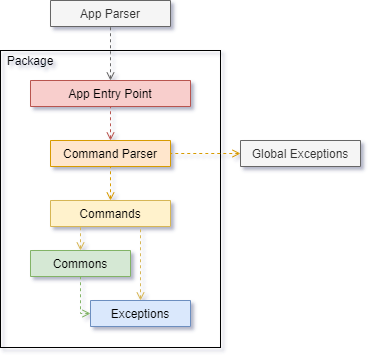
vanessa-kang/tp keeps this draw.io diagram as docs/images/DeveloperGuide/Project_structure.png. Above is the earlier version. Source tidied: cells renumbered, new cells last; positions are measured from the earlier drawing's top-left corner, leaving out a move shared by most shapes. The source it was exported from:
```xml
<mxGraphModel>
  <root>
    <mxCell id="0" />
    <mxCell id="1" parent="0" />
    <mxCell id="2" style="rounded=0;whiteSpace=wrap;html=1;fillColor=none;" parent="1" vertex="1">
      <mxGeometry y="50" width="220" height="297" as="geometry" />
    </mxCell>
    <mxCell id="3" style="endArrow=none;endSize=10;endFill=0;shadow=0;strokeWidth=1;rounded=0;edgeStyle=elbowEdgeStyle;elbow=vertical;startArrow=open;startFill=0;dashed=1;fillColor=#f8cecc;strokeColor=#b85450;" parent="1" edge="1" source="5" target="10">
      <mxGeometry relative="1" as="geometry" />
    </mxCell>
    <mxCell id="4" style="endArrow=none;endSize=10;endFill=0;shadow=0;strokeWidth=1;rounded=0;edgeStyle=elbowEdgeStyle;elbow=vertical;startArrow=open;startFill=0;entryX=0.5;entryY=1;entryDx=0;entryDy=0;exitX=0.5;exitY=0;exitDx=0;exitDy=0;dashed=1;fillColor=#ffe6cc;strokeColor=#d79b00;" parent="1" edge="1" source="9" target="5">
      <mxGeometry relative="1" as="geometry" />
    </mxCell>
    <mxCell id="5" value="Command Parser" style="swimlane;fontStyle=0;align=center;verticalAlign=top;horizontal=1;startSize=26;rounded=0;shadow=0;strokeWidth=1;fillColor=#ffe6cc;strokeColor=#d79b00;swimlaneFillColor=none;" parent="1" vertex="1" collapsed="1">
      <mxGeometry x="50" y="140" width="120" height="26" as="geometry" />
    </mxCell>
    <mxCell id="6" style="endArrow=none;endSize=10;endFill=0;shadow=0;strokeWidth=1;rounded=0;edgeStyle=elbowEdgeStyle;elbow=vertical;startArrow=open;startFill=0;exitX=0.5;exitY=0;exitDx=0;exitDy=0;dashed=1;entryX=0.25;entryY=1;entryDx=0;entryDy=0;fillColor=#fff2cc;strokeColor=#d6b656;" parent="1" edge="1" source="12" target="9">
      <mxGeometry relative="1" as="geometry" />
    </mxCell>
    <mxCell id="7" style="endArrow=none;endSize=10;endFill=0;shadow=0;strokeWidth=1;rounded=0;edgeStyle=elbowEdgeStyle;elbow=vertical;startArrow=open;startFill=0;exitX=0;exitY=0.5;exitDx=0;exitDy=0;dashed=1;entryX=1;entryY=0.5;entryDx=0;entryDy=0;fillColor=#ffe6cc;strokeColor=#d79b00;" parent="1" edge="1" source="14" target="5">
      <mxGeometry relative="1" as="geometry" />
    </mxCell>
    <mxCell id="8" style="endArrow=none;endSize=10;endFill=0;shadow=0;strokeWidth=1;rounded=0;edgeStyle=elbowEdgeStyle;elbow=vertical;startArrow=open;startFill=0;exitX=0.5;exitY=0;exitDx=0;exitDy=0;dashed=1;entryX=0.75;entryY=1;entryDx=0;entryDy=0;fillColor=#fff2cc;strokeColor=#d6b656;" parent="1" edge="1" source="13" target="9">
      <mxGeometry relative="1" as="geometry" />
    </mxCell>
    <mxCell id="9" value="Commands" style="swimlane;fontStyle=0;align=center;verticalAlign=top;horizontal=1;startSize=26;rounded=0;shadow=0;strokeWidth=1;fillColor=#fff2cc;strokeColor=#d6b656;" parent="1" vertex="1" collapsed="1">
      <mxGeometry x="50" y="200" width="120" height="26" as="geometry" />
    </mxCell>
    <mxCell id="10" value="App Entry Point" style="swimlane;fontStyle=0;align=center;verticalAlign=top;horizontal=1;startSize=26;rounded=0;shadow=0;strokeWidth=1;fillColor=#f8cecc;strokeColor=#b85450;swimlaneFillColor=#F8CECC;" parent="1" vertex="1" collapsed="1">
      <mxGeometry x="30" y="80" width="160" height="26" as="geometry" />
    </mxCell>
    <mxCell id="11" style="endArrow=none;endSize=10;endFill=0;shadow=0;strokeWidth=1;rounded=0;edgeStyle=elbowEdgeStyle;elbow=vertical;startArrow=open;startFill=0;exitX=0;exitY=0.5;exitDx=0;exitDy=0;dashed=1;entryX=0.5;entryY=1;entryDx=0;entryDy=0;fillColor=#d5e8d4;strokeColor=#82b366;" parent="1" edge="1" source="13" target="12">
      <mxGeometry relative="1" as="geometry">
        <Array as="points">
          <mxPoint x="80" y="313" />
          <mxPoint x="90" y="343" />
        </Array>
      </mxGeometry>
    </mxCell>
    <mxCell id="12" value="Commons" style="swimlane;fontStyle=0;align=center;verticalAlign=top;horizontal=1;startSize=26;rounded=0;shadow=0;strokeWidth=1;fillColor=#d5e8d4;strokeColor=#82b366;" parent="1" vertex="1" collapsed="1">
      <mxGeometry x="30" y="250" width="100" height="26" as="geometry" />
    </mxCell>
    <mxCell id="13" value="Exceptions" style="swimlane;fontStyle=0;align=center;verticalAlign=top;horizontal=1;startSize=26;rounded=0;shadow=0;strokeWidth=1;fillColor=#dae8fc;strokeColor=#6c8ebf;" parent="1" vertex="1" collapsed="1">
      <mxGeometry x="90" y="300" width="100" height="26" as="geometry" />
    </mxCell>
    <mxCell id="14" value="Global Exceptions" style="swimlane;fontStyle=0;align=center;verticalAlign=top;horizontal=1;startSize=26;rounded=0;shadow=0;strokeWidth=1;fillColor=#f5f5f5;strokeColor=#666666;fontColor=#333333;" parent="1" vertex="1" collapsed="1">
      <mxGeometry x="240" y="140" width="120" height="26" as="geometry" />
    </mxCell>
    <mxCell id="15" value="App Parser" style="swimlane;fontStyle=0;align=center;verticalAlign=top;horizontal=1;startSize=26;rounded=0;shadow=0;strokeWidth=1;fillColor=#f5f5f5;strokeColor=#666666;fontColor=#333333;" parent="1" vertex="1" collapsed="1">
      <mxGeometry x="50" width="120" height="26" as="geometry" />
    </mxCell>
    <mxCell id="16" style="endArrow=none;endSize=10;endFill=0;shadow=0;strokeWidth=1;rounded=0;edgeStyle=elbowEdgeStyle;elbow=vertical;startArrow=open;startFill=0;dashed=1;fillColor=#f5f5f5;strokeColor=#666666;exitX=0.5;exitY=0;exitDx=0;exitDy=0;entryX=0.5;entryY=1;entryDx=0;entryDy=0;" parent="1" edge="1" source="10" target="15">
      <mxGeometry relative="1" as="geometry" />
    </mxCell>
    <mxCell id="17" value="Package" style="text;html=1;strokeColor=none;fillColor=none;align=center;verticalAlign=middle;whiteSpace=wrap;rounded=0;" parent="1" vertex="1">
      <mxGeometry y="50" width="60" height="20" as="geometry" />
    </mxCell>
  </root>
</mxGraphModel>
```
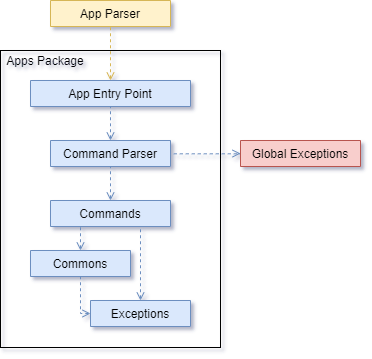
The same file after the commit.

What changed in the source:
```diff
@@ -1,35 +1,35 @@
 <mxGraphModel>
   <root>
-    <mxCell id="0" />
-    <mxCell id="1" parent="0" />
+    <mxCell id="18" />
+    <mxCell id="19" parent="18" />
-    <mxCell id="2" style="rounded=0;whiteSpace=wrap;html=1;fillColor=none;" parent="1" vertex="1">
+    <mxCell id="2" style="rounded=0;whiteSpace=wrap;html=1;fillColor=none;" parent="19" vertex="1">
       <mxGeometry y="50" width="220" height="297" as="geometry" />
     </mxCell>
-    <mxCell id="3" style="endArrow=none;endSize=10;endFill=0;shadow=0;strokeWidth=1;rounded=0;edgeStyle=elbowEdgeStyle;elbow=vertical;startArrow=open;startFill=0;dashed=1;fillColor=#f8cecc;strokeColor=#b85450;" parent="1" edge="1" source="5" target="10">
+    <mxCell id="3" style="endArrow=none;endSize=10;endFill=0;shadow=0;strokeWidth=1;rounded=0;edgeStyle=elbowEdgeStyle;elbow=vertical;startArrow=open;startFill=0;dashed=1;fillColor=#dae8fc;strokeColor=#6c8ebf;" parent="19" edge="1" source="5" target="10">
       <mxGeometry relative="1" as="geometry" />
     </mxCell>
-    <mxCell id="4" style="endArrow=none;endSize=10;endFill=0;shadow=0;strokeWidth=1;rounded=0;edgeStyle=elbowEdgeStyle;elbow=vertical;startArrow=open;startFill=0;entryX=0.5;entryY=1;entryDx=0;entryDy=0;exitX=0.5;exitY=0;exitDx=0;exitDy=0;dashed=1;fillColor=#ffe6cc;strokeColor=#d79b00;" parent="1" edge="1" source="9" target="5">
+    <mxCell id="4" style="endArrow=none;endSize=10;endFill=0;shadow=0;strokeWidth=1;rounded=0;edgeStyle=elbowEdgeStyle;elbow=vertical;startArrow=open;startFill=0;entryX=0.5;entryY=1;entryDx=0;entryDy=0;exitX=0.5;exitY=0;exitDx=0;exitDy=0;dashed=1;fillColor=#dae8fc;strokeColor=#6c8ebf;" parent="19" edge="1" source="9" target="5">
       <mxGeometry relative="1" as="geometry" />
     </mxCell>
-    <mxCell id="5" value="Command Parser" style="swimlane;fontStyle=0;align=center;verticalAlign=top;horizontal=1;startSize=26;rounded=0;shadow=0;strokeWidth=1;fillColor=#ffe6cc;strokeColor=#d79b00;swimlaneFillColor=none;" parent="1" vertex="1" collapsed="1">
+    <mxCell id="5" value="Command Parser" style="swimlane;fontStyle=0;align=center;verticalAlign=top;horizontal=1;startSize=26;rounded=0;shadow=0;strokeWidth=1;fillColor=#dae8fc;strokeColor=#6c8ebf;swimlaneFillColor=none;" parent="19" vertex="1" collapsed="1">
       <mxGeometry x="50" y="140" width="120" height="26" as="geometry" />
     </mxCell>
-    <mxCell id="6" style="endArrow=none;endSize=10;endFill=0;shadow=0;strokeWidth=1;rounded=0;edgeStyle=elbowEdgeStyle;elbow=vertical;startArrow=open;startFill=0;exitX=0.5;exitY=0;exitDx=0;exitDy=0;dashed=1;entryX=0.25;entryY=1;entryDx=0;entryDy=0;fillColor=#fff2cc;strokeColor=#d6b656;" parent="1" edge="1" source="12" target="9">
+    <mxCell id="6" style="endArrow=none;endSize=10;endFill=0;shadow=0;strokeWidth=1;rounded=0;edgeStyle=elbowEdgeStyle;elbow=vertical;startArrow=open;startFill=0;exitX=0.5;exitY=0;exitDx=0;exitDy=0;dashed=1;entryX=0.25;entryY=1;entryDx=0;entryDy=0;fillColor=#dae8fc;strokeColor=#6c8ebf;" parent="19" edge="1" source="12" target="9">
       <mxGeometry relative="1" as="geometry" />
     </mxCell>
-    <mxCell id="7" style="endArrow=none;endSize=10;endFill=0;shadow=0;strokeWidth=1;rounded=0;edgeStyle=elbowEdgeStyle;elbow=vertical;startArrow=open;startFill=0;exitX=0;exitY=0.5;exitDx=0;exitDy=0;dashed=1;entryX=1;entryY=0.5;entryDx=0;entryDy=0;fillColor=#ffe6cc;strokeColor=#d79b00;" parent="1" edge="1" source="14" target="5">
+    <mxCell id="7" style="endArrow=none;endSize=10;endFill=0;shadow=0;strokeWidth=1;rounded=0;edgeStyle=elbowEdgeStyle;elbow=vertical;startArrow=open;startFill=0;exitX=0;exitY=0.5;exitDx=0;exitDy=0;dashed=1;entryX=1;entryY=0.5;entryDx=0;entryDy=0;fillColor=#dae8fc;strokeColor=#6c8ebf;" parent="19" edge="1" source="14" target="5">
       <mxGeometry relative="1" as="geometry" />
     </mxCell>
-    <mxCell id="8" style="endArrow=none;endSize=10;endFill=0;shadow=0;strokeWidth=1;rounded=0;edgeStyle=elbowEdgeStyle;elbow=vertical;startArrow=open;startFill=0;exitX=0.5;exitY=0;exitDx=0;exitDy=0;dashed=1;entryX=0.75;entryY=1;entryDx=0;entryDy=0;fillColor=#fff2cc;strokeColor=#d6b656;" parent="1" edge="1" source="13" target="9">
+    <mxCell id="8" style="endArrow=none;endSize=10;endFill=0;shadow=0;strokeWidth=1;rounded=0;edgeStyle=elbowEdgeStyle;elbow=vertical;startArrow=open;startFill=0;exitX=0.5;exitY=0;exitDx=0;exitDy=0;dashed=1;entryX=0.75;entryY=1;entryDx=0;entryDy=0;fillColor=#dae8fc;strokeColor=#6c8ebf;" parent="19" edge="1" source="13" target="9">
       <mxGeometry relative="1" as="geometry" />
     </mxCell>
-    <mxCell id="9" value="Commands" style="swimlane;fontStyle=0;align=center;verticalAlign=top;horizontal=1;startSize=26;rounded=0;shadow=0;strokeWidth=1;fillColor=#fff2cc;strokeColor=#d6b656;" parent="1" vertex="1" collapsed="1">
+    <mxCell id="9" value="Commands" style="swimlane;fontStyle=0;align=center;verticalAlign=top;horizontal=1;startSize=26;rounded=0;shadow=0;strokeWidth=1;fillColor=#dae8fc;strokeColor=#6c8ebf;" parent="19" vertex="1" collapsed="1">
       <mxGeometry x="50" y="200" width="120" height="26" as="geometry" />
     </mxCell>
-    <mxCell id="10" value="App Entry Point" style="swimlane;fontStyle=0;align=center;verticalAlign=top;horizontal=1;startSize=26;rounded=0;shadow=0;strokeWidth=1;fillColor=#f8cecc;strokeColor=#b85450;swimlaneFillColor=#F8CECC;" parent="1" vertex="1" collapsed="1">
+    <mxCell id="10" value="App Entry Point" style="swimlane;fontStyle=0;align=center;verticalAlign=top;horizontal=1;startSize=26;rounded=0;shadow=0;strokeWidth=1;fillColor=#dae8fc;strokeColor=#6c8ebf;swimlaneFillColor=#F8CECC;" parent="19" vertex="1" collapsed="1">
       <mxGeometry x="30" y="80" width="160" height="26" as="geometry" />
     </mxCell>
-    <mxCell id="11" style="endArrow=none;endSize=10;endFill=0;shadow=0;strokeWidth=1;rounded=0;edgeStyle=elbowEdgeStyle;elbow=vertical;startArrow=open;startFill=0;exitX=0;exitY=0.5;exitDx=0;exitDy=0;dashed=1;entryX=0.5;entryY=1;entryDx=0;entryDy=0;fillColor=#d5e8d4;strokeColor=#82b366;" parent="1" edge="1" source="13" target="12">
+    <mxCell id="11" style="endArrow=none;endSize=10;endFill=0;shadow=0;strokeWidth=1;rounded=0;edgeStyle=elbowEdgeStyle;elbow=vertical;startArrow=open;startFill=0;exitX=0;exitY=0.5;exitDx=0;exitDy=0;dashed=1;entryX=0.5;entryY=1;entryDx=0;entryDy=0;fillColor=#dae8fc;strokeColor=#6c8ebf;" parent="19" edge="1" source="13" target="12">
       <mxGeometry relative="1" as="geometry">
         <Array as="points">
           <mxPoint x="80" y="313" />
@@ -37,23 +37,23 @@
         </Array>
       </mxGeometry>
     </mxCell>
-    <mxCell id="12" value="Commons" style="swimlane;fontStyle=0;align=center;verticalAlign=top;horizontal=1;startSize=26;rounded=0;shadow=0;strokeWidth=1;fillColor=#d5e8d4;strokeColor=#82b366;" parent="1" vertex="1" collapsed="1">
+    <mxCell id="12" value="Commons" style="swimlane;fontStyle=0;align=center;verticalAlign=top;horizontal=1;startSize=26;rounded=0;shadow=0;strokeWidth=1;fillColor=#dae8fc;strokeColor=#6c8ebf;" parent="19" vertex="1" collapsed="1">
       <mxGeometry x="30" y="250" width="100" height="26" as="geometry" />
     </mxCell>
-    <mxCell id="13" value="Exceptions" style="swimlane;fontStyle=0;align=center;verticalAlign=top;horizontal=1;startSize=26;rounded=0;shadow=0;strokeWidth=1;fillColor=#dae8fc;strokeColor=#6c8ebf;" parent="1" vertex="1" collapsed="1">
+    <mxCell id="13" value="Exceptions" style="swimlane;fontStyle=0;align=center;verticalAlign=top;horizontal=1;startSize=26;rounded=0;shadow=0;strokeWidth=1;fillColor=#dae8fc;strokeColor=#6c8ebf;" parent="19" vertex="1" collapsed="1">
       <mxGeometry x="90" y="300" width="100" height="26" as="geometry" />
     </mxCell>
-    <mxCell id="14" value="Global Exceptions" style="swimlane;fontStyle=0;align=center;verticalAlign=top;horizontal=1;startSize=26;rounded=0;shadow=0;strokeWidth=1;fillColor=#f5f5f5;strokeColor=#666666;fontColor=#333333;" parent="1" vertex="1" collapsed="1">
+    <mxCell id="14" value="Global Exceptions" style="swimlane;fontStyle=0;align=center;verticalAlign=top;horizontal=1;startSize=26;rounded=0;shadow=0;strokeWidth=1;fillColor=#f8cecc;strokeColor=#b85450;" parent="19" vertex="1" collapsed="1">
       <mxGeometry x="240" y="140" width="120" height="26" as="geometry" />
     </mxCell>
-    <mxCell id="15" value="App Parser" style="swimlane;fontStyle=0;align=center;verticalAlign=top;horizontal=1;startSize=26;rounded=0;shadow=0;strokeWidth=1;fillColor=#f5f5f5;strokeColor=#666666;fontColor=#333333;" parent="1" vertex="1" collapsed="1">
+    <mxCell id="15" value="App Parser" style="swimlane;fontStyle=0;align=center;verticalAlign=top;horizontal=1;startSize=26;rounded=0;shadow=0;strokeWidth=1;fillColor=#fff2cc;strokeColor=#d6b656;" parent="19" vertex="1" collapsed="1">
       <mxGeometry x="50" width="120" height="26" as="geometry" />
     </mxCell>
-    <mxCell id="16" style="endArrow=none;endSize=10;endFill=0;shadow=0;strokeWidth=1;rounded=0;edgeStyle=elbowEdgeStyle;elbow=vertical;startArrow=open;startFill=0;dashed=1;fillColor=#f5f5f5;strokeColor=#666666;exitX=0.5;exitY=0;exitDx=0;exitDy=0;entryX=0.5;entryY=1;entryDx=0;entryDy=0;" parent="1" edge="1" source="10" target="15">
+    <mxCell id="16" style="endArrow=none;endSize=10;endFill=0;shadow=0;strokeWidth=1;rounded=0;edgeStyle=elbowEdgeStyle;elbow=vertical;startArrow=open;startFill=0;dashed=1;fillColor=#fff2cc;strokeColor=#d6b656;exitX=0.5;exitY=0;exitDx=0;exitDy=0;entryX=0.5;entryY=1;entryDx=0;entryDy=0;" parent="19" edge="1" source="10" target="15">
       <mxGeometry relative="1" as="geometry" />
     </mxCell>
-    <mxCell id="17" value="Package" style="text;html=1;strokeColor=none;fillColor=none;align=center;verticalAlign=middle;whiteSpace=wrap;rounded=0;" parent="1" vertex="1">
-      <mxGeometry y="50" width="60" height="20" as="geometry" />
-    </mxCell>
+    <mxCell id="20" value="Apps Package" style="text;html=1;strokeColor=none;fillColor=none;align=center;verticalAlign=middle;whiteSpace=wrap;rounded=0;" parent="19" vertex="1">
+      <mxGeometry y="50" width="90" height="20" as="geometry" />
+    </mxCell>
   </root>
 </mxGraphModel>
```
